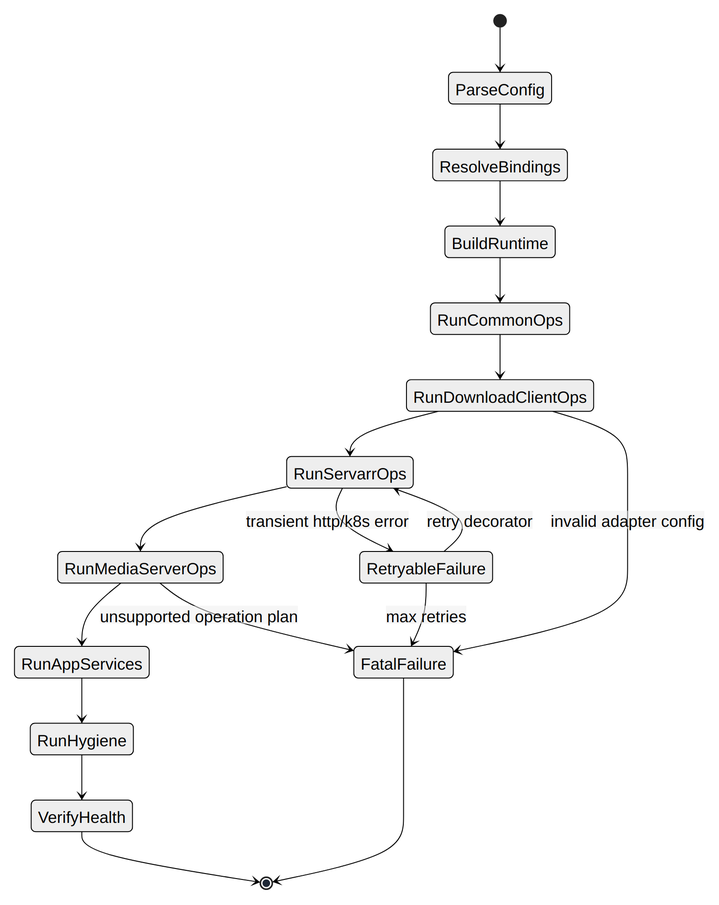
mploschiavo/mediaserver keeps this Mermaid diagram as docs/diagrams/bootstrap-runtime-model.png. Above is the earlier version. Its source is kept beside it as docs/diagrams/bootstrap-runtime-model.mmd. The source it was exported from:
```mermaid
stateDiagram-v2
  [*] --> ParseConfig
  ParseConfig --> ResolveBindings
  ResolveBindings --> BuildRuntime
  BuildRuntime --> RunCommonOps
  RunCommonOps --> RunDownloadClientOps
  RunDownloadClientOps --> RunServarrOps
  RunServarrOps --> RunMediaServerOps
  RunMediaServerOps --> RunAppServices
  RunAppServices --> RunHygiene
  RunHygiene --> VerifyHealth
  VerifyHealth --> [*]

  RunServarrOps --> RetryableFailure: transient http/k8s error
  RetryableFailure --> RunServarrOps: retry decorator
  RetryableFailure --> FatalFailure: max retries
  FatalFailure --> [*]

  RunDownloadClientOps --> FatalFailure: invalid adapter config
  RunMediaServerOps --> FatalFailure: unsupported operation plan
```
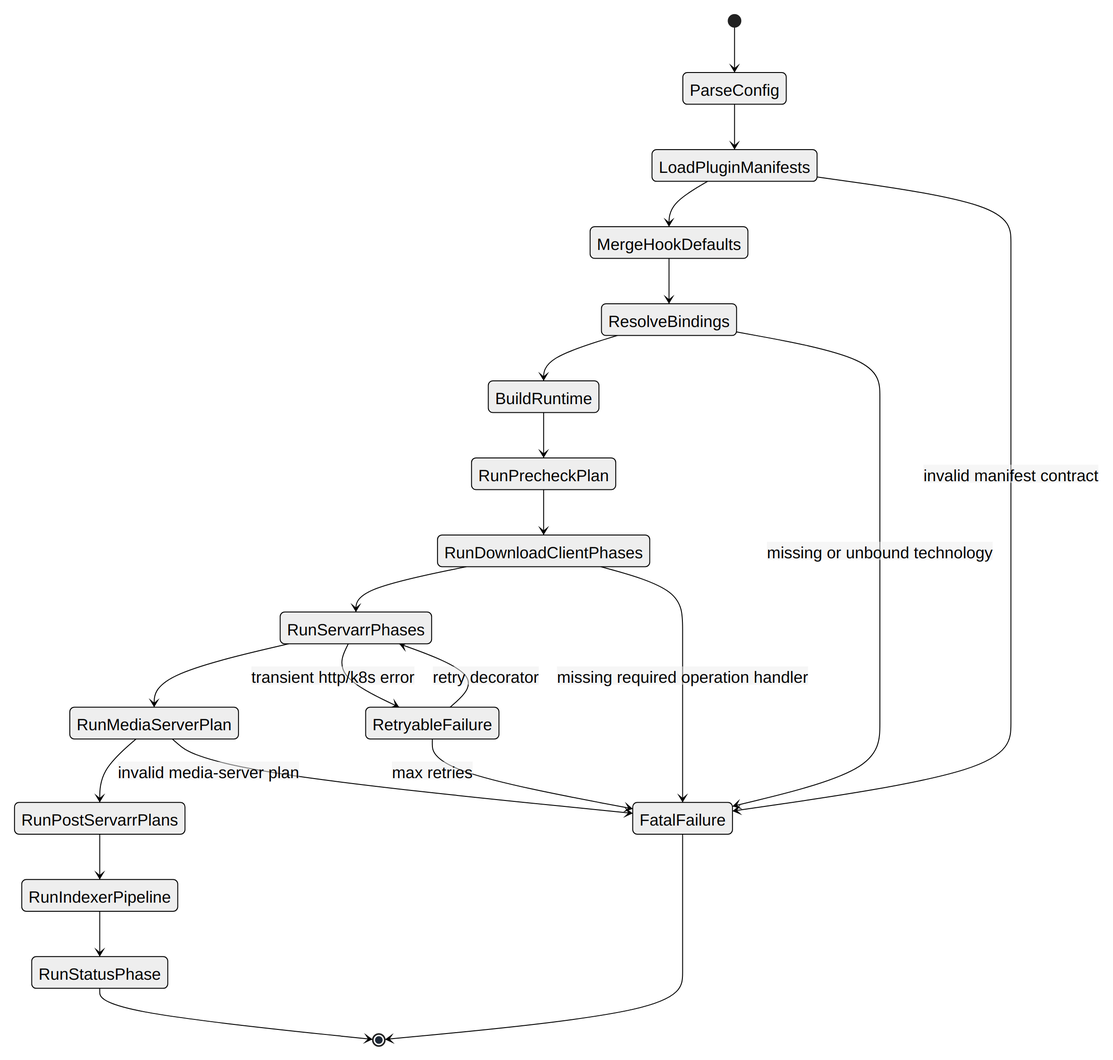
After the commit.

Change to the diagram source:
```diff
@@ -1,20 +1,25 @@
 stateDiagram-v2
   [*] --> ParseConfig
-  ParseConfig --> ResolveBindings
+  ParseConfig --> LoadPluginManifests
+  LoadPluginManifests --> MergeHookDefaults
+  MergeHookDefaults --> ResolveBindings
   ResolveBindings --> BuildRuntime
-  BuildRuntime --> RunCommonOps
-  RunCommonOps --> RunDownloadClientOps
-  RunDownloadClientOps --> RunServarrOps
-  RunServarrOps --> RunMediaServerOps
-  RunMediaServerOps --> RunAppServices
-  RunAppServices --> RunHygiene
-  RunHygiene --> VerifyHealth
-  VerifyHealth --> [*]
 
-  RunServarrOps --> RetryableFailure: transient http/k8s error
-  RetryableFailure --> RunServarrOps: retry decorator
+  BuildRuntime --> RunPrecheckPlan
+  RunPrecheckPlan --> RunDownloadClientPhases
+  RunDownloadClientPhases --> RunServarrPhases
+  RunServarrPhases --> RunMediaServerPlan
+  RunMediaServerPlan --> RunPostServarrPlans
+  RunPostServarrPlans --> RunIndexerPipeline
+  RunIndexerPipeline --> RunStatusPhase
+  RunStatusPhase --> [*]
+
+  RunServarrPhases --> RetryableFailure: transient http/k8s error
+  RetryableFailure --> RunServarrPhases: retry decorator
   RetryableFailure --> FatalFailure: max retries
   FatalFailure --> [*]
 
-  RunDownloadClientOps --> FatalFailure: invalid adapter config
-  RunMediaServerOps --> FatalFailure: unsupported operation plan
+  LoadPluginManifests --> FatalFailure: invalid manifest contract
+  ResolveBindings --> FatalFailure: missing or unbound technology
+  RunDownloadClientPhases --> FatalFailure: missing required operation handler
+  RunMediaServerPlan --> FatalFailure: invalid media-server plan
```
